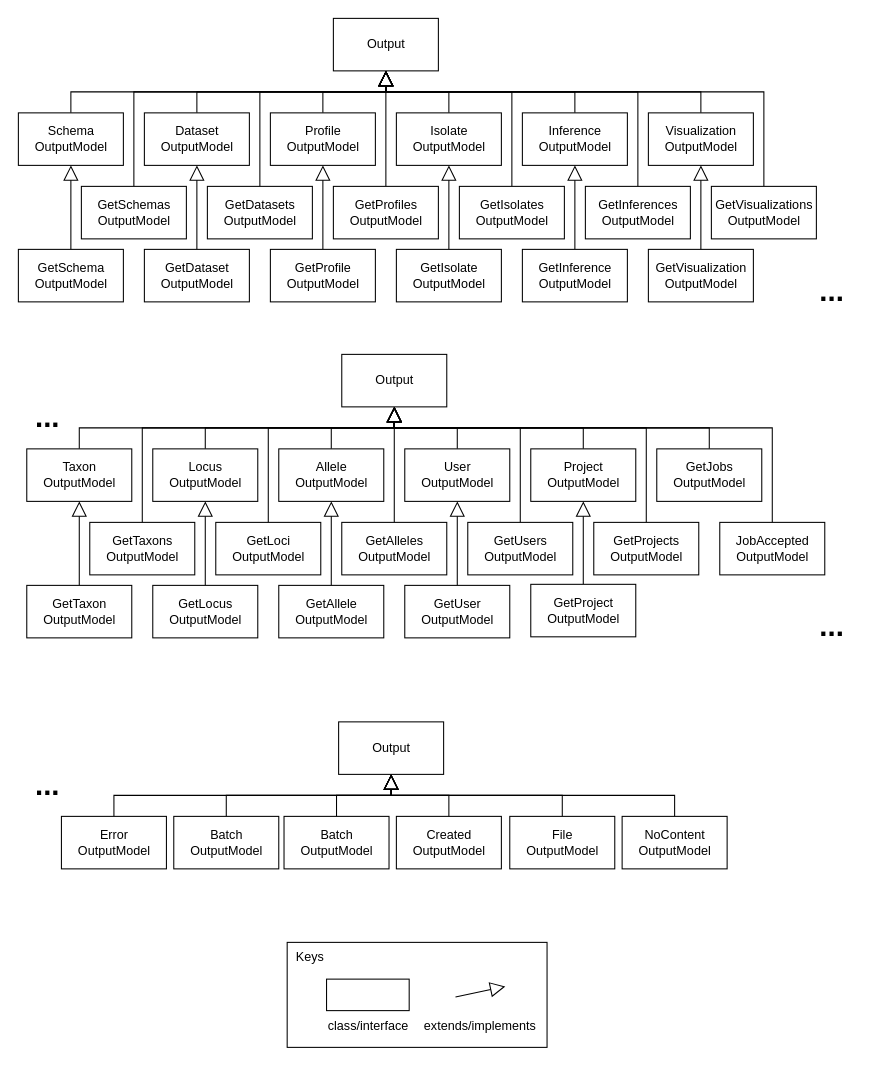
This is wiki/draw.io/phylodb/generalization-outputModels.drawio from phyloviz/phyloDB, a draw.io file, before an edit. Source tidied: cells renumbered, new cells numbered last; positions are measured from the earlier drawing's top-left corner, leaving out a move shared by most shapes. Both pictures are drawn from the tidied source at 105%, with x=0, y=0 at pixel (18, 18).
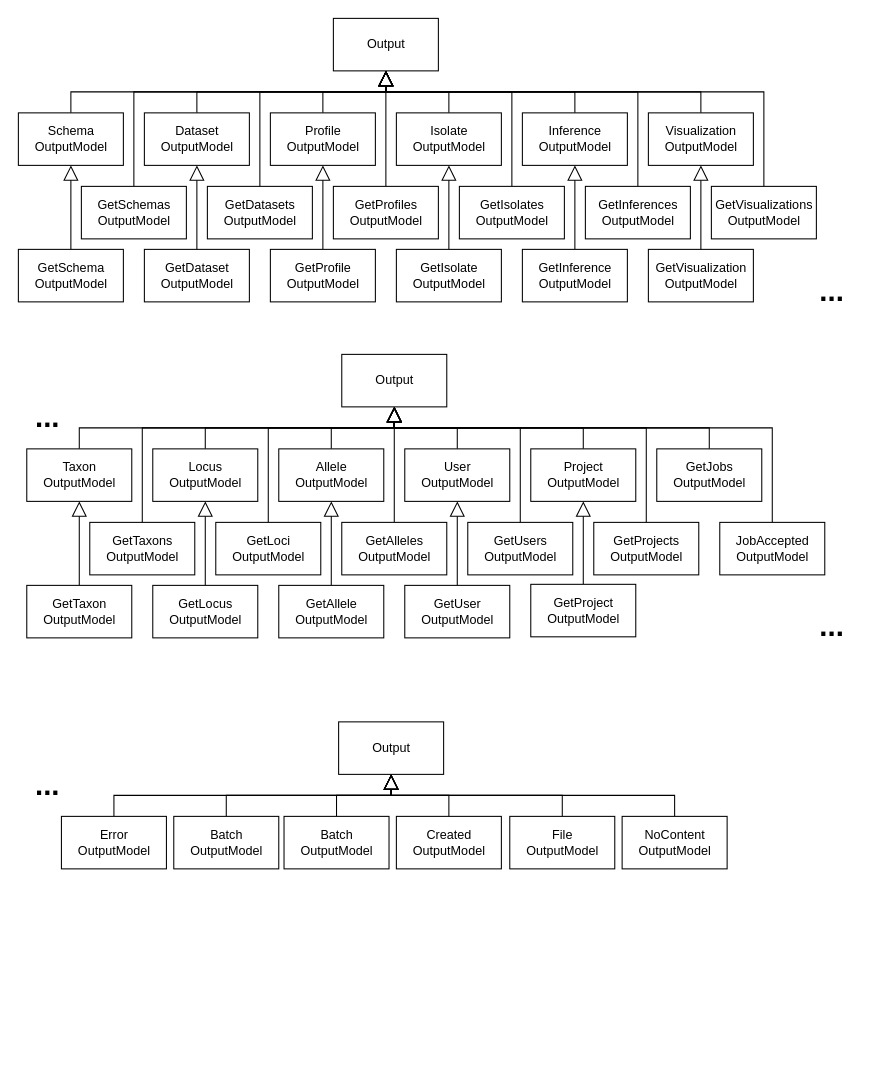
After the change.

Change to the diagram source:
```diff
@@
-    <mxCell id="91" style="group;" parent="1" vertex="1">
-      <mxGeometry x="256" y="880" width="247.5" height="100" as="geometry" />
-    </mxCell>
-    <mxCell id="92" value="&amp;nbsp; Keys" style="rounded=0;whiteSpace=wrap;html=1;align=left;verticalAlign=top;" parent="91" vertex="1">
-      <mxGeometry width="247.5" height="100" as="geometry" />
-    </mxCell>
-    <mxCell id="93" style="endArrow=block;html=1;exitX=1;exitY=0.5;exitDx=0;exitDy=0;startArrow=none;startFill=0;endFill=0;endSize=12;" parent="91" edge="1">
-      <mxGeometry relative="1" as="geometry">
-        <mxPoint x="160.3" y="52" as="sourcePoint" />
-        <mxPoint x="207.7" y="42" as="targetPoint" />
-      </mxGeometry>
-    </mxCell>
-    <mxCell id="94" value="extends/implements" style="text;html=1;strokeColor=none;fillColor=none;align=center;verticalAlign=middle;whiteSpace=wrap;rounded=0;" parent="91" vertex="1">
-      <mxGeometry x="139" y="70" width="89.5" height="20" as="geometry" />
-    </mxCell>
-    <mxCell id="95" value="class/interface" style="text;html=1;strokeColor=none;fillColor=none;align=center;verticalAlign=middle;whiteSpace=wrap;rounded=0;" parent="91" vertex="1">
-      <mxGeometry x="45.5" y="70" width="62.7" height="20" as="geometry" />
-    </mxCell>
-    <mxCell id="96" style="rounded=0;whiteSpace=wrap;html=1;" parent="91" vertex="1">
-      <mxGeometry x="37.5" y="35" width="78.7" height="30" as="geometry" />
-    </mxCell>
```
